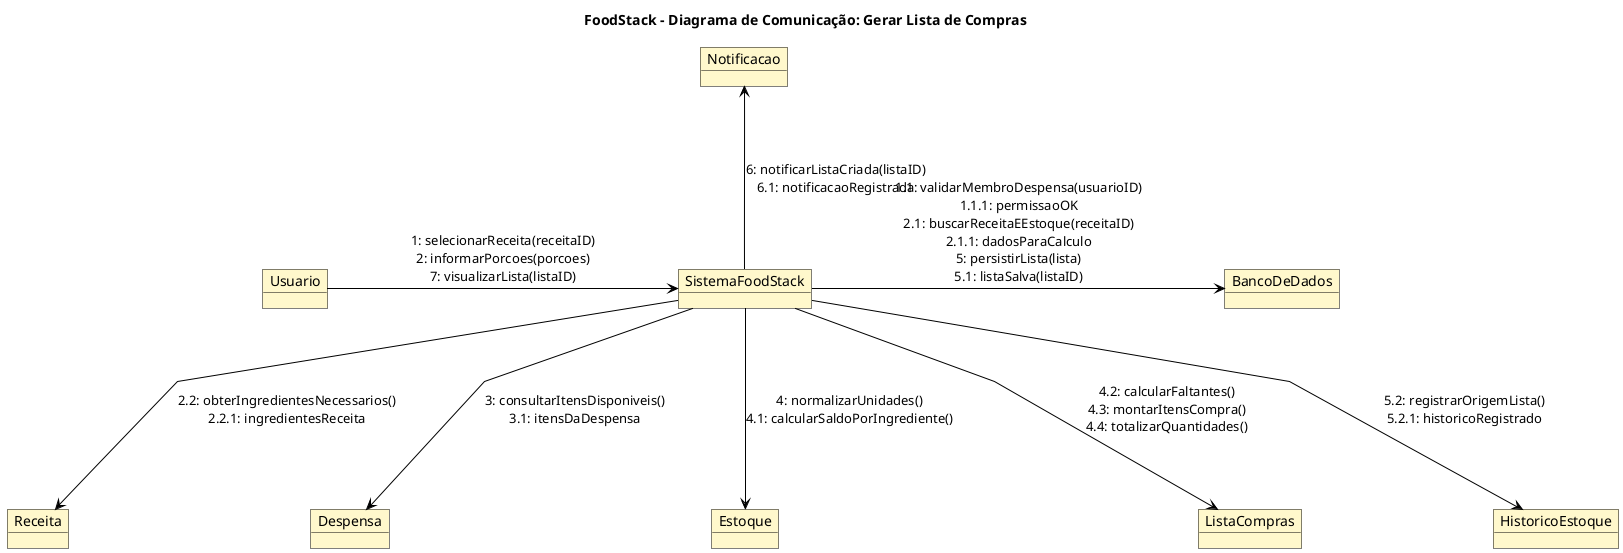
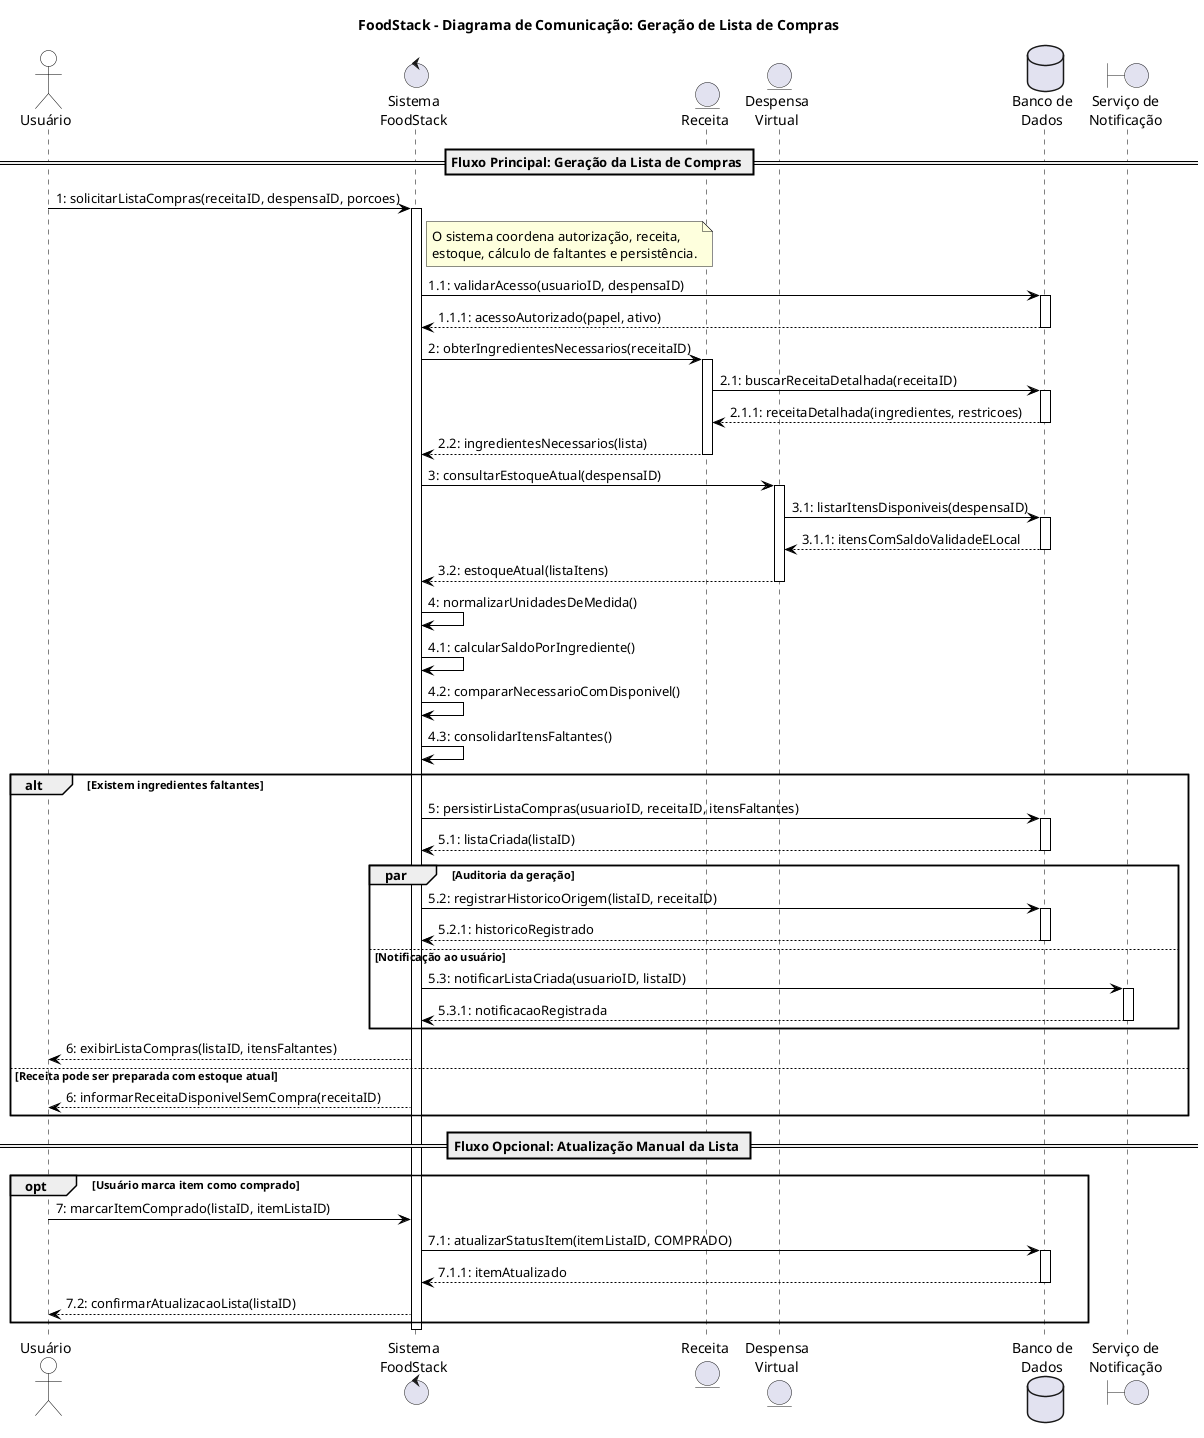
@startuml
- title FoodStack - Diagrama de Comunicação: Gerar Lista de Compras
+ title FoodStack - Diagrama de Comunicação: Geração de Lista de Compras

skinparam shadowing false
skinparam defaultFontName Arial
- skinparam ArrowColor Black
- skinparam linetype polyline
- skinparam nodesep 165
- skinparam ranksep 145
- skinparam object {
-   BackgroundColor #FFF8CC
-   BorderColor Black
+ skinparam sequence {
+   ArrowColor Black
+   LifeLineBorderColor Black
+   ParticipantBorderColor Black
+   ParticipantBackgroundColor #F2F2FF
+   ActorBorderColor Black
+   ActorBackgroundColor White
+   DatabaseBorderColor Black
+   DatabaseBackgroundColor White
+   BoundaryBorderColor Black
+   BoundaryBackgroundColor #FFF8CC
+   ControlBorderColor Black
+   ControlBackgroundColor #F2F2FF
+   EntityBorderColor Black
+   EntityBackgroundColor #F8FFF2
}

- object "Usuario" as Usuario
- object "SistemaFoodStack" as Sistema
- object "BancoDeDados" as Banco
- object "Receita" as Receita
- object "Despensa" as Despensa
- object "Estoque" as Estoque
- object "ListaCompras" as Lista
- object "HistoricoEstoque" as Historico
- object "Notificacao" as Notificacao
+ ' Padrão inspirado nos gabaritos enviados:
+ ' participantes tipados, mensagens numeradas, retornos explícitos e blocos de fluxo.
+ ' A numeração é manual para permitir hierarquia 1, 1.1, 1.1.1 sem duplicidade.
+ actor "Usuário" as Usuario
+ control "Sistema\nFoodStack" as Sistema
+ entity "Receita" as Receita
+ entity "Despensa\nVirtual" as Despensa
+ database "Banco de\nDados" as Banco
+ boundary "Serviço de\nNotificação" as Notificacao

- Usuario -[hidden]right- Sistema
- Sistema -[hidden]right- Banco
- Notificacao -[hidden]down- Sistema
- Receita -[hidden]right- Despensa
- Despensa -[hidden]right- Estoque
- Estoque -[hidden]right- Lista
- Lista -[hidden]right- Historico
- Sistema -[hidden]down- Estoque
+ == Fluxo Principal: Geração da Lista de Compras ==

- Usuario -right-> Sistema : 1: selecionarReceita(receitaID)\n2: informarPorcoes(porcoes)\n7: visualizarLista(listaID)
+ Usuario -> Sistema: 1: solicitarListaCompras(receitaID, despensaID, porcoes)
+ activate Sistema
+ note right of Sistema
+   O sistema coordena autorização, receita,
+   estoque, cálculo de faltantes e persistência.
+ end note

- Sistema -right-> Banco : 1.1: validarMembroDespensa(usuarioID)\n1.1.1: permissaoOK\n2.1: buscarReceitaEEstoque(receitaID)\n2.1.1: dadosParaCalculo\n5: persistirLista(lista)\n5.1: listaSalva(listaID)
+ Sistema -> Banco: 1.1: validarAcesso(usuarioID, despensaID)
+ activate Banco
+ Banco --> Sistema: 1.1.1: acessoAutorizado(papel, ativo)
+ deactivate Banco

- Sistema -down-> Receita : 2.2: obterIngredientesNecessarios()\n2.2.1: ingredientesReceita
+ Sistema -> Receita: 2: obterIngredientesNecessarios(receitaID)
+ activate Receita
+ Receita -> Banco: 2.1: buscarReceitaDetalhada(receitaID)
+ activate Banco
+ Banco --> Receita: 2.1.1: receitaDetalhada(ingredientes, restricoes)
+ deactivate Banco
+ Receita --> Sistema: 2.2: ingredientesNecessarios(lista)
+ deactivate Receita

- Sistema -down-> Despensa : 3: consultarItensDisponiveis()\n3.1: itensDaDespensa
+ Sistema -> Despensa: 3: consultarEstoqueAtual(despensaID)
+ activate Despensa
+ Despensa -> Banco: 3.1: listarItensDisponiveis(despensaID)
+ activate Banco
+ Banco --> Despensa: 3.1.1: itensComSaldoValidadeELocal
+ deactivate Banco
+ Despensa --> Sistema: 3.2: estoqueAtual(listaItens)
+ deactivate Despensa

- Sistema -down-> Estoque : 4: normalizarUnidades()\n4.1: calcularSaldoPorIngrediente()
+ Sistema -> Sistema: 4: normalizarUnidadesDeMedida()
+ Sistema -> Sistema: 4.1: calcularSaldoPorIngrediente()
+ Sistema -> Sistema: 4.2: compararNecessarioComDisponivel()
+ Sistema -> Sistema: 4.3: consolidarItensFaltantes()

- Sistema --> Lista : 4.2: calcularFaltantes()\n4.3: montarItensCompra()\n4.4: totalizarQuantidades()
+ alt Existem ingredientes faltantes
+   Sistema -> Banco: 5: persistirListaCompras(usuarioID, receitaID, itensFaltantes)
+   activate Banco
+   Banco --> Sistema: 5.1: listaCriada(listaID)
+   deactivate Banco

- Sistema --> Historico : 5.2: registrarOrigemLista()\n5.2.1: historicoRegistrado
+   par Auditoria da geração
+     Sistema -> Banco: 5.2: registrarHistoricoOrigem(listaID, receitaID)
+     activate Banco
+     Banco --> Sistema: 5.2.1: historicoRegistrado
+     deactivate Banco
+   else Notificação ao usuário
+     Sistema -> Notificacao: 5.3: notificarListaCriada(usuarioID, listaID)
+     activate Notificacao
+     Notificacao --> Sistema: 5.3.1: notificacaoRegistrada
+     deactivate Notificacao
+   end

- Sistema -up-> Notificacao : 6: notificarListaCriada(listaID)\n6.1: notificacaoRegistrada
+   Sistema --> Usuario: 6: exibirListaCompras(listaID, itensFaltantes)
+ else Receita pode ser preparada com estoque atual
+   Sistema --> Usuario: 6: informarReceitaDisponivelSemCompra(receitaID)
+ end
+ 
+ == Fluxo Opcional: Atualização Manual da Lista ==
+ 
+ opt Usuário marca item como comprado
+   Usuario -> Sistema: 7: marcarItemComprado(listaID, itemListaID)
+   Sistema -> Banco: 7.1: atualizarStatusItem(itemListaID, COMPRADO)
+   activate Banco
+   Banco --> Sistema: 7.1.1: itemAtualizado
+   deactivate Banco
+   Sistema --> Usuario: 7.2: confirmarAtualizacaoLista(listaID)
+ end
+ 
+ deactivate Sistema
@enduml
